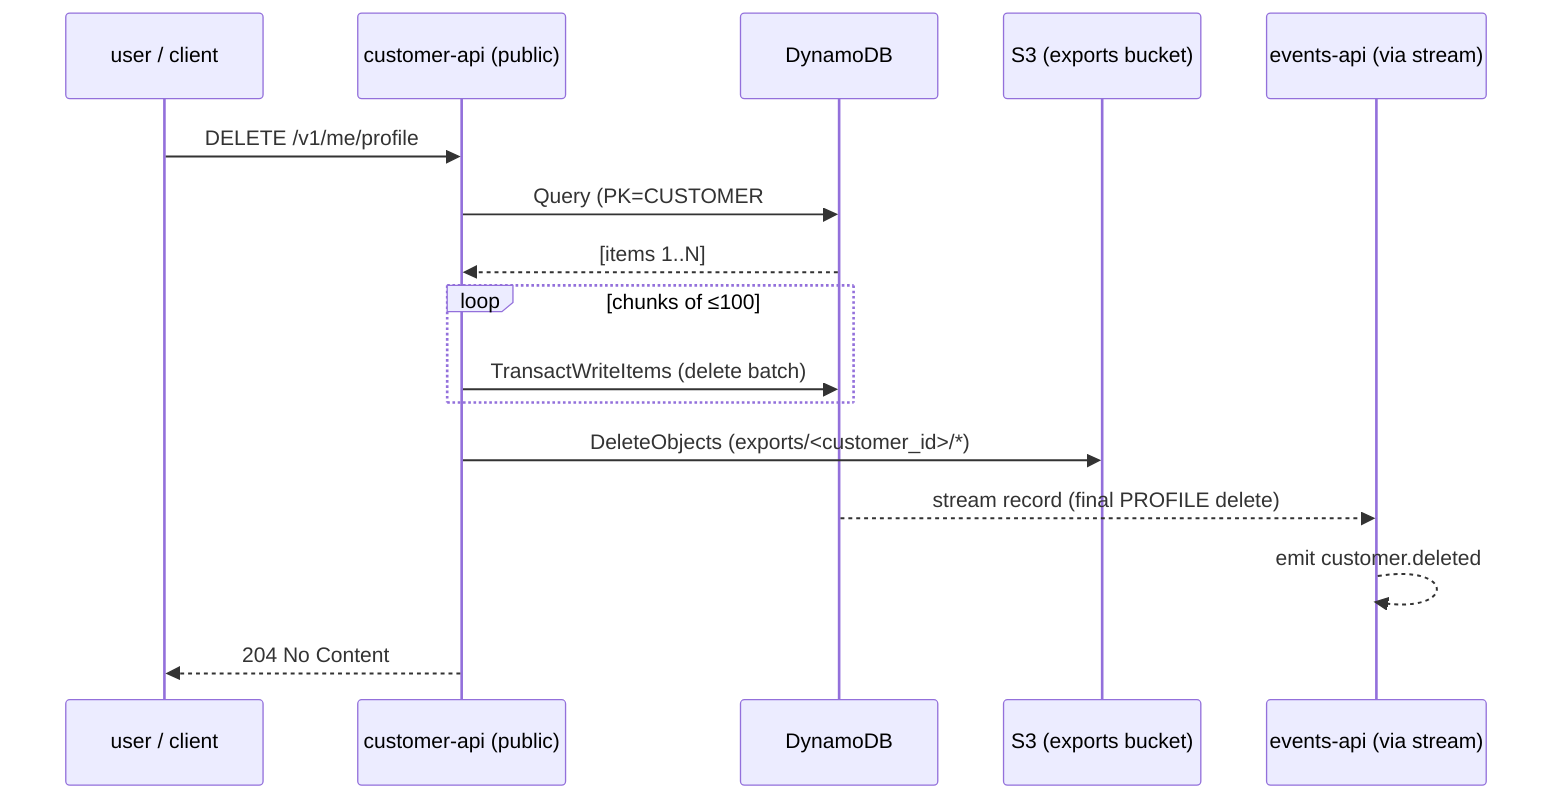
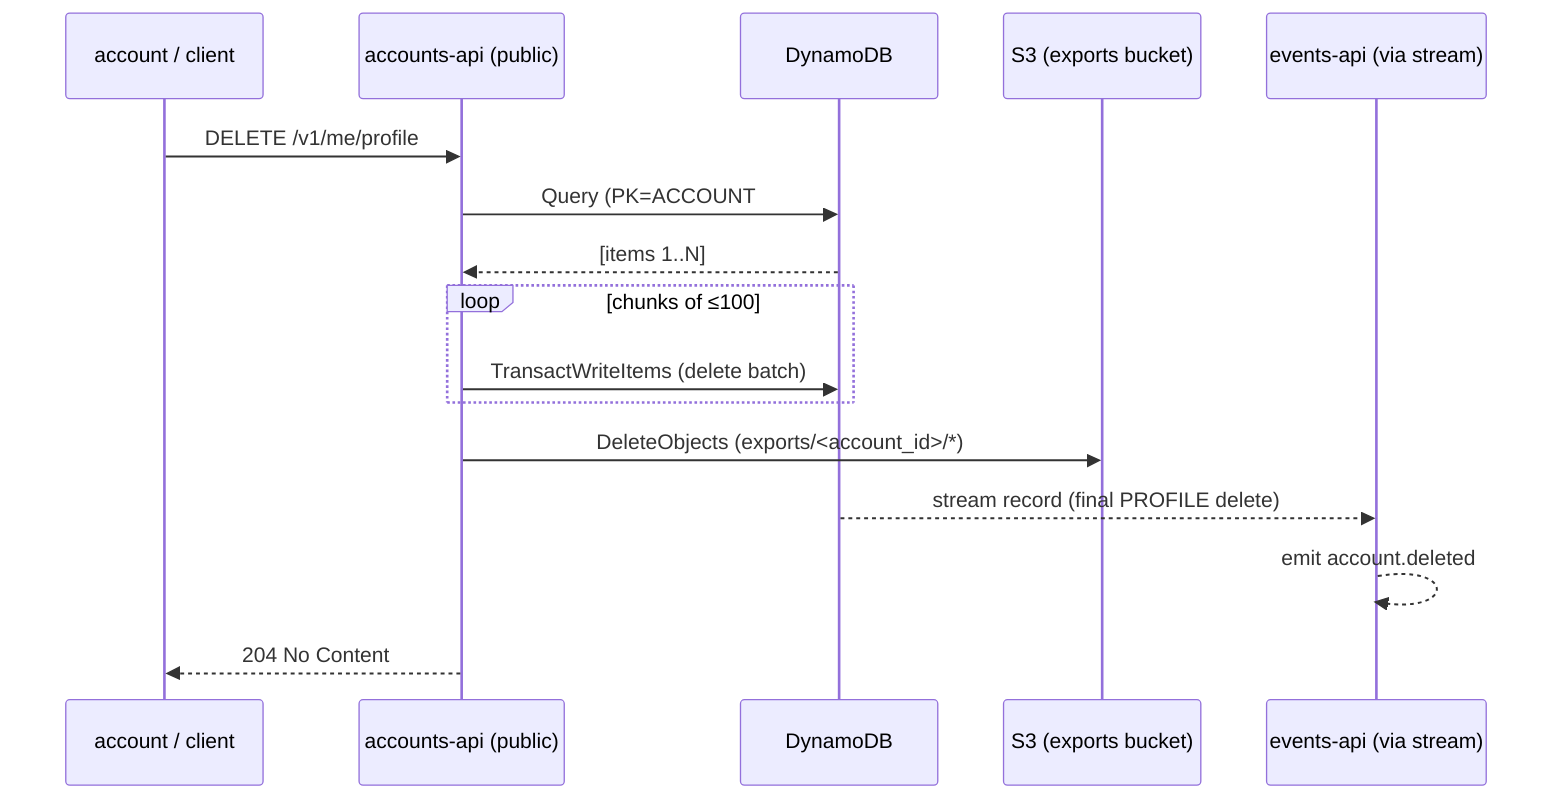
sequenceDiagram
-     participant U as user / client
-     participant P as customer-api (public)
+     participant U as account / client
+     participant P as accounts-api (public)
    participant D as DynamoDB
    participant S as S3 (exports bucket)
    participant E as events-api (via stream)

    U->>P: DELETE /v1/me/profile
-     P->>D: Query (PK=CUSTOMER#cust_…)
+     P->>D: Query (PK=ACCOUNT#acct_…)
    D-->>P: [items 1..N]
    loop chunks of ≤100
        P->>D: TransactWriteItems (delete batch)
    end
-     P->>S: DeleteObjects (exports/<customer_id>/*)
+     P->>S: DeleteObjects (exports/<account_id>/*)
    D-->>E: stream record (final PROFILE delete)
-     E-->>E: emit customer.deleted
+     E-->>E: emit account.deleted
    P-->>U: 204 No Content
